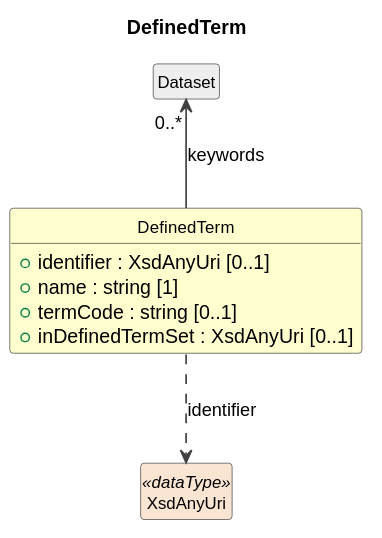
Before: cdif-uml-model/_plantuml/cdifDataStructure/Classes/DefinedTerm.svg, a diagram exported from PlantUML (Cross-Domain-Interoperability-Framework/metadataBuildingBlocks).
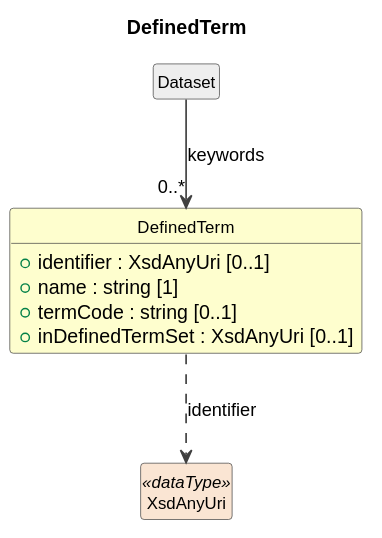
Above is the later version.

The edit, as a diff of the source:
```diff
@@ -17,7 +17,7 @@
   +inDefinedTermSet : XsdAnyUri [0..1]
 }
 class "Dataset" as Dataset #EEEEEE
-Dataset "0..*" <-- DefinedTerm : keywords
+Dataset --> "0..*" DefinedTerm : keywords
 class "XsdAnyUri" as XsdAnyUri <<dataType>> #FAE5D3
 DefinedTerm ..> XsdAnyUri : identifier
 @enduml
```
